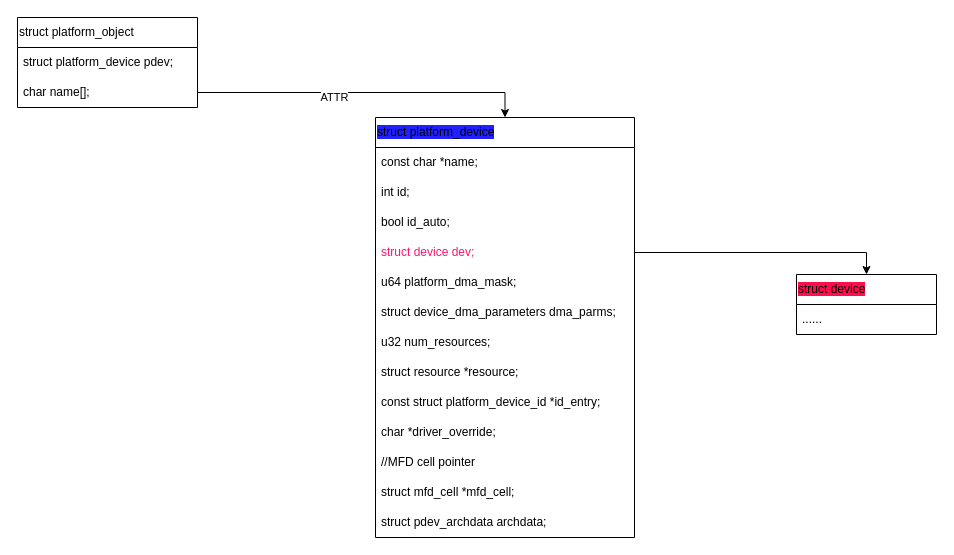
The draw.io diagram uart/platform-dev&driver.drawio in ktinkone/draw-io-works, before the edit. Source tidied: cells renumbered, new cells numbered last; positions are measured from the earlier drawing's top-left corner, leaving out a move shared by most shapes. Both pictures are drawn from the tidied source at 100%, with x=0, y=0 at pixel (17, 17).
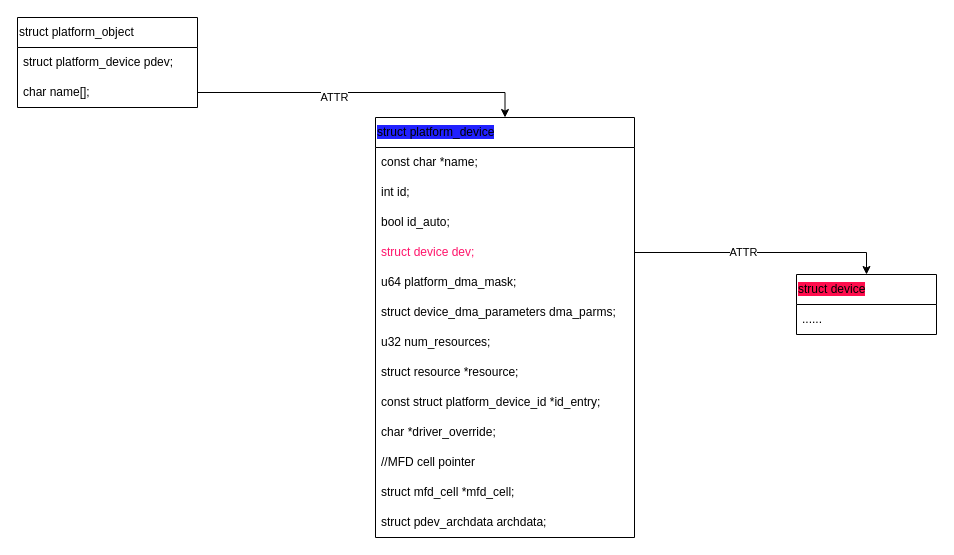
Above is the later version.

Unchanged cells that the change refers to:
```xml
<mxCell id="23" style="edgeStyle=orthogonalEdgeStyle;rounded=0;jettySize=auto;html=1;exitX=1;exitY=0.5;exitDx=0;exitDy=0;entryX=0.5;entryY=0;entryDx=0;entryDy=0;" parent="1" edge="1" source="9" target="21">
  <mxGeometry relative="1" as="geometry" />
</mxCell>
```

The edit, as a diff of the source:
```diff
@@
+    <mxCell id="24" value="ATTR" style="edgeLabel;html=1;align=center;verticalAlign=middle;" parent="23" vertex="1">
+      <mxGeometry x="-0.15" y="1" relative="1" as="geometry" />
+    </mxCell>
```
